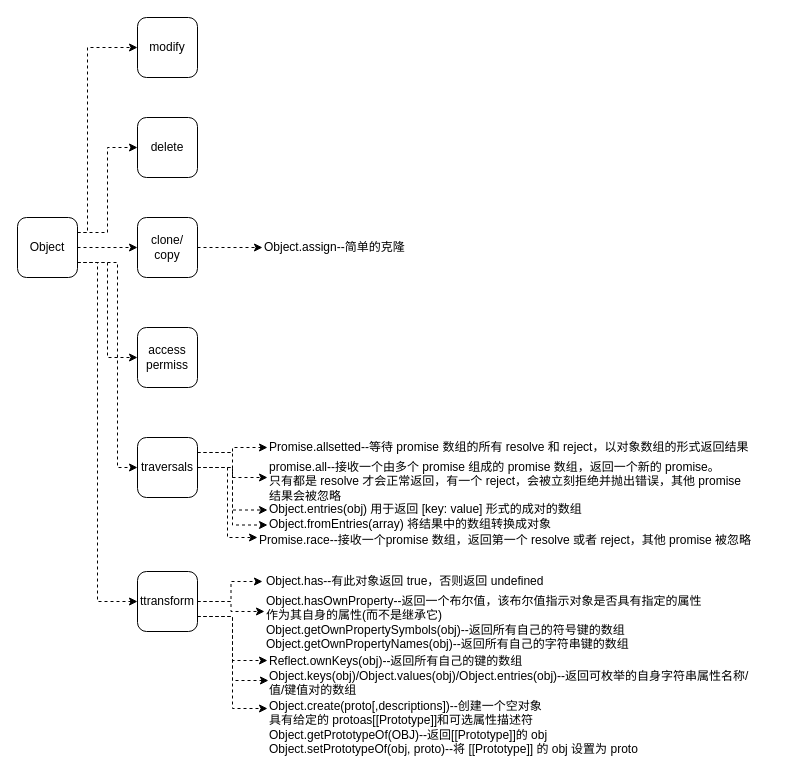
Earlier version of the draw.io diagram page "Object" (2 of 4) of background-flutter/JS难点/Func/Arr/Obj.drawio (hexipei/draw.io). Source tidied: cells renumbered, new cells numbered last; positions are measured from the earlier drawing's top-left corner, leaving out a move shared by most shapes. Both pictures are drawn from the tidied source at 100%, with x=0, y=0 at pixel (17, 17).
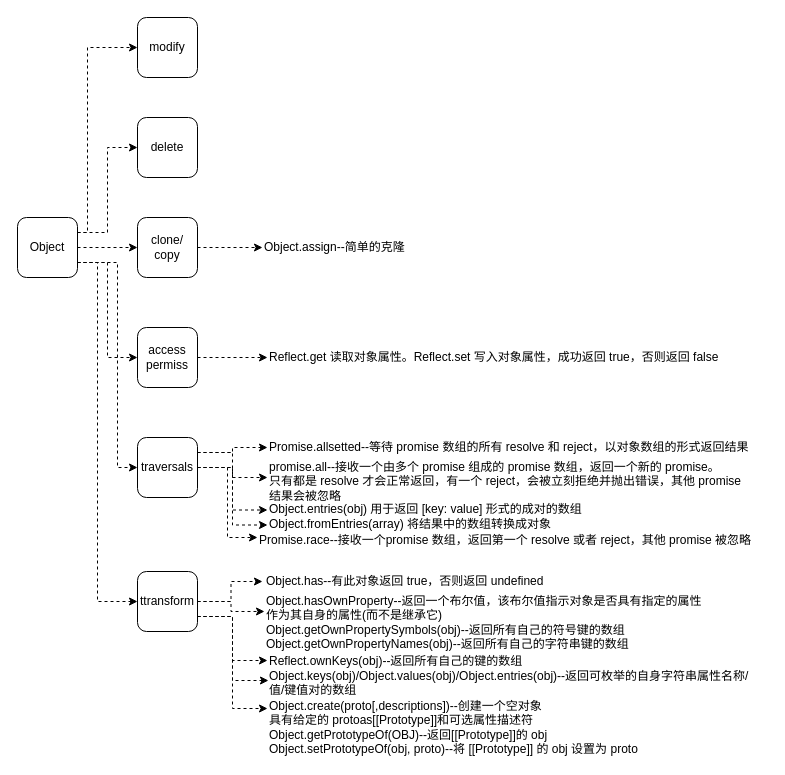
The same page after the edit.

The change refers to these unchanged cells:
```xml
<mxCell id="13" value="access&lt;br&gt;permiss" style="rounded=1;whiteSpace=wrap;html=1;" parent="1" vertex="1">
  <mxGeometry x="120" y="310" width="60" height="60" as="geometry" />
</mxCell>
```

The edit, as a diff of the source:
```diff
@@
+    <mxCell id="37" style="edgeStyle=orthogonalEdgeStyle;rounded=0;jettySize=auto;html=1;exitX=1;exitY=0.5;exitDx=0;exitDy=0;entryX=0;entryY=0.5;entryDx=0;entryDy=0;entryPerimeter=0;dashed=1;" parent="1" edge="1" source="13" target="38">
+      <mxGeometry relative="1" as="geometry" />
+    </mxCell>
@@
+    <mxCell id="38" value="Reflect.get 读取对象属性。Reflect.set 写入对象属性，成功返回 true，否则返回 false" style="text;html=1;points=[];align=left;verticalAlign=top;spacingTop=-4;" parent="1" vertex="1">
+      <mxGeometry x="250" y="330" width="460" height="20" as="geometry" />
+    </mxCell>
```
